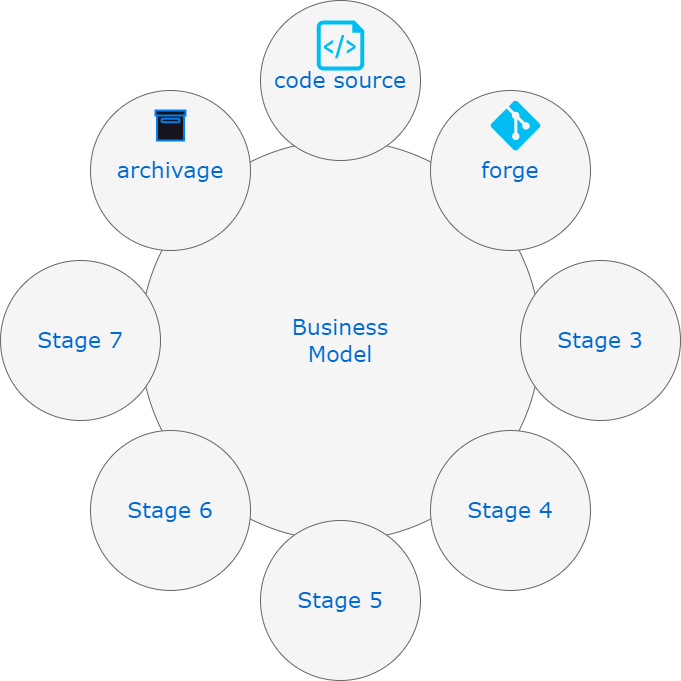
This is source_code_lifecycle.png from damienbelveze/draw_diagramme, a draw.io export, as it was before one commit. Source tidied: cells renumbered, new cells last; positions are measured from the earlier drawing's top-left corner, leaving out a move shared by most shapes. The source it was exported from:
```xml
<mxGraphModel>
  <root>
    <mxCell id="0" />
    <mxCell id="1" parent="0" />
    <mxCell id="2" value="Business&lt;div&gt;Model&lt;/div&gt;" style="ellipse;whiteSpace=wrap;html=1;rounded=0;shadow=0;dashed=0;comic=0;fontFamily=Verdana;fontSize=22;fontColor=#0069D1;fillColor=#f5f5f5;strokeColor=#666666;" parent="1" vertex="1">
      <mxGeometry x="140" y="140" width="400" height="400" as="geometry" />
    </mxCell>
    <mxCell id="3" value="code source" style="ellipse;whiteSpace=wrap;html=1;rounded=0;shadow=0;dashed=0;comic=0;fontFamily=Verdana;fontSize=22;fontColor=#0069D1;fillColor=#f5f5f5;strokeColor=#666666;" parent="1" vertex="1">
      <mxGeometry x="260" width="160" height="160" as="geometry" />
    </mxCell>
    <mxCell id="4" value="Stage 5" style="ellipse;whiteSpace=wrap;html=1;rounded=0;shadow=0;dashed=0;comic=0;fontFamily=Verdana;fontSize=22;fontColor=#0069D1;fillColor=#f5f5f5;strokeColor=#666666;" parent="1" vertex="1">
      <mxGeometry x="260" y="520" width="160" height="160" as="geometry" />
    </mxCell>
    <mxCell id="5" value="Stage 3" style="ellipse;whiteSpace=wrap;html=1;rounded=0;shadow=0;dashed=0;comic=0;fontFamily=Verdana;fontSize=22;fontColor=#0069D1;fillColor=#f5f5f5;strokeColor=#666666;" parent="1" vertex="1">
      <mxGeometry x="520" y="260" width="160" height="160" as="geometry" />
    </mxCell>
    <mxCell id="6" value="Stage 7" style="ellipse;whiteSpace=wrap;html=1;rounded=0;shadow=0;dashed=0;comic=0;fontFamily=Verdana;fontSize=22;fontColor=#0069D1;fillColor=#f5f5f5;strokeColor=#666666;" parent="1" vertex="1">
      <mxGeometry y="260" width="160" height="160" as="geometry" />
    </mxCell>
    <mxCell id="7" value="archivage" style="ellipse;whiteSpace=wrap;html=1;rounded=0;shadow=0;dashed=0;comic=0;fontFamily=Verdana;fontSize=22;fontColor=#0069D1;fillColor=#f5f5f5;strokeColor=#666666;" parent="1" vertex="1">
      <mxGeometry x="90" y="90" width="160" height="160" as="geometry" />
    </mxCell>
    <mxCell id="8" value="forge" style="ellipse;whiteSpace=wrap;html=1;rounded=0;shadow=0;dashed=0;comic=0;fontFamily=Verdana;fontSize=22;fontColor=#0069D1;fillColor=#f5f5f5;strokeColor=#666666;" parent="1" vertex="1">
      <mxGeometry x="430" y="90" width="160" height="160" as="geometry" />
    </mxCell>
    <mxCell id="9" value="Stage 4" style="ellipse;whiteSpace=wrap;html=1;rounded=0;shadow=0;dashed=0;comic=0;fontFamily=Verdana;fontSize=22;fontColor=#0069D1;fillColor=#f5f5f5;strokeColor=#666666;" parent="1" vertex="1">
      <mxGeometry x="430" y="430" width="160" height="160" as="geometry" />
    </mxCell>
    <mxCell id="10" value="Stage 6" style="ellipse;whiteSpace=wrap;html=1;rounded=0;shadow=0;dashed=0;comic=0;fontFamily=Verdana;fontSize=22;fontColor=#0069D1;fillColor=#f5f5f5;strokeColor=#666666;" parent="1" vertex="1">
      <mxGeometry x="90" y="430" width="160" height="160" as="geometry" />
    </mxCell>
    <mxCell id="11" style="html=1;verticalLabelPosition=bottom;align=center;labelBackgroundColor=#ffffff;verticalAlign=top;strokeWidth=2;strokeColor=#0080F0;shadow=0;dashed=0;shape=mxgraph.ios7.icons.box;" parent="1" vertex="1">
      <mxGeometry x="155" y="110" width="30" height="30" as="geometry" />
    </mxCell>
    <mxCell id="12" style="verticalLabelPosition=bottom;html=1;verticalAlign=top;align=center;strokeColor=none;fillColor=#00BEF2;shape=mxgraph.azure.script_file;" parent="1" vertex="1">
      <mxGeometry x="316.2" y="20" width="47.5" height="50" as="geometry" />
    </mxCell>
    <mxCell id="13" style="verticalLabelPosition=bottom;html=1;verticalAlign=top;align=center;strokeColor=none;fillColor=#00BEF2;shape=mxgraph.azure.git_repository;" parent="1" vertex="1">
      <mxGeometry x="490" y="100" width="50" height="50" as="geometry" />
    </mxCell>
  </root>
</mxGraphModel>
```
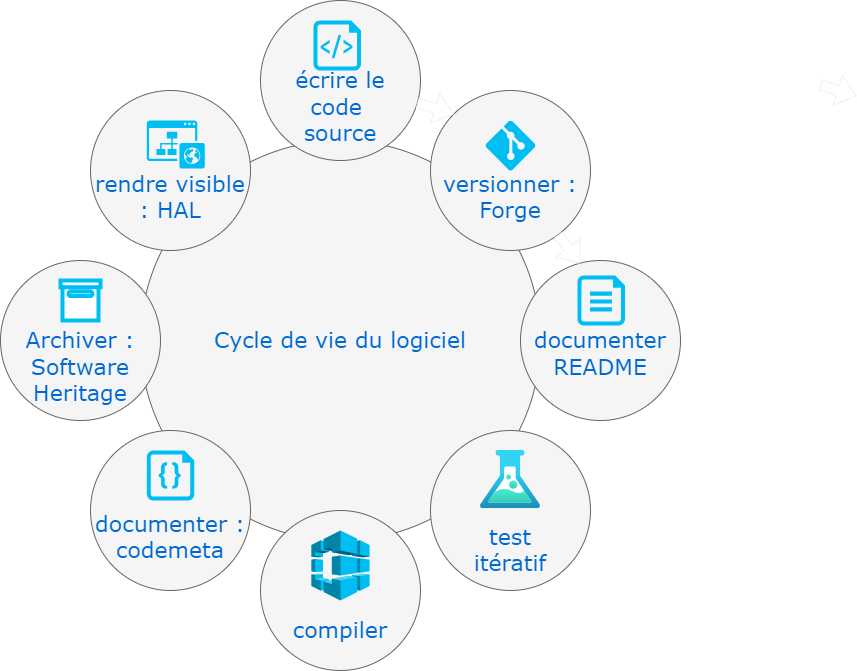
After the commit.

Commit message:
ajout de tous les logos

Diff of the diagram source:
```diff
@@ -2,41 +2,68 @@
   <root>
     <mxCell id="0" />
     <mxCell id="1" parent="0" />
-    <mxCell id="2" value="Business&lt;div&gt;Model&lt;/div&gt;" style="ellipse;whiteSpace=wrap;html=1;rounded=0;shadow=0;dashed=0;comic=0;fontFamily=Verdana;fontSize=22;fontColor=#0069D1;fillColor=#f5f5f5;strokeColor=#666666;" parent="1" vertex="1">
+    <mxCell id="2" value="Cycle de vie du logiciel" style="ellipse;whiteSpace=wrap;html=1;rounded=0;shadow=0;dashed=0;comic=0;fontFamily=Verdana;fontSize=22;fontColor=#0069D1;fillColor=#f5f5f5;strokeColor=#666666;" parent="1" vertex="1">
       <mxGeometry x="140" y="140" width="400" height="400" as="geometry" />
     </mxCell>
-    <mxCell id="3" value="code source" style="ellipse;whiteSpace=wrap;html=1;rounded=0;shadow=0;dashed=0;comic=0;fontFamily=Verdana;fontSize=22;fontColor=#0069D1;fillColor=#f5f5f5;strokeColor=#666666;" parent="1" vertex="1">
+    <mxCell id="3" value="&lt;div&gt;&lt;br&gt;&lt;/div&gt;&lt;div&gt;&lt;br&gt;&lt;/div&gt;&lt;div&gt;écrire le&lt;/div&gt;code&amp;nbsp;&lt;div&gt;source&lt;/div&gt;" style="ellipse;whiteSpace=wrap;html=1;rounded=0;shadow=0;dashed=0;comic=0;fontFamily=Verdana;fontSize=22;fontColor=#0069D1;fillColor=#f5f5f5;strokeColor=#666666;" parent="1" vertex="1">
       <mxGeometry x="260" width="160" height="160" as="geometry" />
     </mxCell>
-    <mxCell id="4" value="Stage 5" style="ellipse;whiteSpace=wrap;html=1;rounded=0;shadow=0;dashed=0;comic=0;fontFamily=Verdana;fontSize=22;fontColor=#0069D1;fillColor=#f5f5f5;strokeColor=#666666;" parent="1" vertex="1">
-      <mxGeometry x="260" y="520" width="160" height="160" as="geometry" />
+    <mxCell id="4" value="&lt;div&gt;&lt;br&gt;&lt;/div&gt;&lt;div&gt;&lt;br&gt;&lt;/div&gt;&lt;div&gt;&lt;br&gt;&lt;/div&gt;compiler" style="ellipse;whiteSpace=wrap;html=1;rounded=0;shadow=0;dashed=0;comic=0;fontFamily=Verdana;fontSize=22;fontColor=#0069D1;fillColor=#f5f5f5;strokeColor=#666666;" parent="1" vertex="1">
+      <mxGeometry x="260" y="510" width="160" height="160" as="geometry" />
     </mxCell>
-    <mxCell id="5" value="Stage 3" style="ellipse;whiteSpace=wrap;html=1;rounded=0;shadow=0;dashed=0;comic=0;fontFamily=Verdana;fontSize=22;fontColor=#0069D1;fillColor=#f5f5f5;strokeColor=#666666;" parent="1" vertex="1">
+    <mxCell id="5" value="&lt;div&gt;&lt;br&gt;&lt;/div&gt;&lt;div&gt;documenter&lt;/div&gt;README" style="ellipse;whiteSpace=wrap;html=1;rounded=0;shadow=0;dashed=0;comic=0;fontFamily=Verdana;fontSize=22;fontColor=#0069D1;fillColor=#f5f5f5;strokeColor=#666666;" parent="1" vertex="1">
       <mxGeometry x="520" y="260" width="160" height="160" as="geometry" />
     </mxCell>
-    <mxCell id="6" value="Stage 7" style="ellipse;whiteSpace=wrap;html=1;rounded=0;shadow=0;dashed=0;comic=0;fontFamily=Verdana;fontSize=22;fontColor=#0069D1;fillColor=#f5f5f5;strokeColor=#666666;" parent="1" vertex="1">
+    <mxCell id="6" value="&lt;div&gt;&lt;br&gt;&lt;/div&gt;&lt;div&gt;&lt;br&gt;&lt;/div&gt;Archiver : Software&lt;div&gt;Heritage&lt;/div&gt;" style="ellipse;whiteSpace=wrap;html=1;rounded=0;shadow=0;dashed=0;comic=0;fontFamily=Verdana;fontSize=22;fontColor=#0069D1;fillColor=#f5f5f5;strokeColor=#666666;" parent="1" vertex="1">
       <mxGeometry y="260" width="160" height="160" as="geometry" />
     </mxCell>
-    <mxCell id="7" value="archivage" style="ellipse;whiteSpace=wrap;html=1;rounded=0;shadow=0;dashed=0;comic=0;fontFamily=Verdana;fontSize=22;fontColor=#0069D1;fillColor=#f5f5f5;strokeColor=#666666;" parent="1" vertex="1">
+    <mxCell id="7" value="&lt;div&gt;&lt;br&gt;&lt;/div&gt;&lt;div&gt;&lt;br&gt;&lt;/div&gt;rendre visible : HAL" style="ellipse;whiteSpace=wrap;html=1;rounded=0;shadow=0;dashed=0;comic=0;fontFamily=Verdana;fontSize=22;fontColor=#0069D1;fillColor=#f5f5f5;strokeColor=#666666;" parent="1" vertex="1">
       <mxGeometry x="90" y="90" width="160" height="160" as="geometry" />
     </mxCell>
-    <mxCell id="8" value="forge" style="ellipse;whiteSpace=wrap;html=1;rounded=0;shadow=0;dashed=0;comic=0;fontFamily=Verdana;fontSize=22;fontColor=#0069D1;fillColor=#f5f5f5;strokeColor=#666666;" parent="1" vertex="1">
+    <mxCell id="8" value="&lt;div&gt;&lt;/div&gt;&lt;div&gt;&lt;br&gt;&lt;/div&gt;&lt;div&gt;&lt;br&gt;&lt;/div&gt;&lt;div&gt;versionner :&lt;/div&gt;&lt;div&gt;Forge&lt;/div&gt;" style="ellipse;whiteSpace=wrap;html=1;rounded=0;shadow=0;dashed=0;comic=0;fontFamily=Verdana;fontSize=22;fontColor=#0069D1;fillColor=#f5f5f5;strokeColor=#666666;" parent="1" vertex="1">
       <mxGeometry x="430" y="90" width="160" height="160" as="geometry" />
     </mxCell>
-    <mxCell id="9" value="Stage 4" style="ellipse;whiteSpace=wrap;html=1;rounded=0;shadow=0;dashed=0;comic=0;fontFamily=Verdana;fontSize=22;fontColor=#0069D1;fillColor=#f5f5f5;strokeColor=#666666;" parent="1" vertex="1">
+    <mxCell id="9" value="&lt;div&gt;&lt;br&gt;&lt;/div&gt;&lt;div&gt;&lt;br&gt;&lt;/div&gt;&lt;div&gt;&lt;br&gt;&lt;/div&gt;&lt;div&gt;test&lt;/div&gt;&lt;div&gt;itératif&lt;/div&gt;" style="ellipse;whiteSpace=wrap;html=1;rounded=0;shadow=0;dashed=0;comic=0;fontFamily=Verdana;fontSize=22;fontColor=#0069D1;fillColor=#f5f5f5;strokeColor=#666666;" parent="1" vertex="1">
       <mxGeometry x="430" y="430" width="160" height="160" as="geometry" />
     </mxCell>
-    <mxCell id="10" value="Stage 6" style="ellipse;whiteSpace=wrap;html=1;rounded=0;shadow=0;dashed=0;comic=0;fontFamily=Verdana;fontSize=22;fontColor=#0069D1;fillColor=#f5f5f5;strokeColor=#666666;" parent="1" vertex="1">
+    <mxCell id="10" value="&lt;div&gt;&lt;br&gt;&lt;/div&gt;&lt;div&gt;&lt;br&gt;&lt;/div&gt;documenter : codemeta" style="ellipse;whiteSpace=wrap;html=1;rounded=0;shadow=0;dashed=0;comic=0;fontFamily=Verdana;fontSize=22;fontColor=#0069D1;fillColor=#f5f5f5;strokeColor=#666666;" parent="1" vertex="1">
       <mxGeometry x="90" y="430" width="160" height="160" as="geometry" />
     </mxCell>
-    <mxCell id="11" style="html=1;verticalLabelPosition=bottom;align=center;labelBackgroundColor=#ffffff;verticalAlign=top;strokeWidth=2;strokeColor=#0080F0;shadow=0;dashed=0;shape=mxgraph.ios7.icons.box;" parent="1" vertex="1">
-      <mxGeometry x="155" y="110" width="30" height="30" as="geometry" />
+    <mxCell id="11" style="html=1;verticalLabelPosition=bottom;align=center;labelBackgroundColor=#ffffff;verticalAlign=top;strokeWidth=4;strokeColor=#00bef2;shadow=0;dashed=0;shape=mxgraph.ios7.icons.box;fillColor=#ffffff;" parent="1" vertex="1">
+      <mxGeometry x="60" y="280" width="40" height="40" as="geometry" />
     </mxCell>
     <mxCell id="12" style="verticalLabelPosition=bottom;html=1;verticalAlign=top;align=center;strokeColor=none;fillColor=#00BEF2;shape=mxgraph.azure.script_file;" parent="1" vertex="1">
-      <mxGeometry x="316.2" y="20" width="47.5" height="50" as="geometry" />
+      <mxGeometry x="313" y="20" width="47.5" height="50" as="geometry" />
     </mxCell>
     <mxCell id="13" style="verticalLabelPosition=bottom;html=1;verticalAlign=top;align=center;strokeColor=none;fillColor=#00BEF2;shape=mxgraph.azure.git_repository;" parent="1" vertex="1">
-      <mxGeometry x="490" y="100" width="50" height="50" as="geometry" />
+      <mxGeometry x="485" y="120" width="50" height="50" as="geometry" />
     </mxCell>
+    <mxCell id="14" style="shape=flexArrow;endArrow=classic;html=1;rounded=0;entryX=0;entryY=0;entryDx=0;entryDy=0;" parent="1" edge="1" source="3" target="8">
+      <mxGeometry relative="1" as="geometry" />
+    </mxCell>
+    <mxCell id="15" style="shape=flexArrow;endArrow=classic;html=1;rounded=0;entryX=0.369;entryY=0.019;entryDx=0;entryDy=0;entryPerimeter=0;" parent="1" edge="1" source="8" target="5">
+      <mxGeometry relative="1" as="geometry" />
+    </mxCell>
+    <mxCell id="16" style="shape=flexArrow;endArrow=classic;html=1;rounded=0;entryX=0;entryY=0;entryDx=0;entryDy=0;" parent="1" edge="1">
+      <mxGeometry relative="1" as="geometry">
+        <mxPoint x="820" y="84.5" as="sourcePoint" />
+        <mxPoint x="856" y="95.5" as="targetPoint" />
+      </mxGeometry>
+    </mxCell>
+    <mxCell id="17" style="verticalLabelPosition=bottom;html=1;verticalAlign=top;align=center;strokeColor=none;fillColor=#00BEF2;shape=mxgraph.azure.code_file;" parent="1" vertex="1">
+      <mxGeometry x="146.2" y="450" width="47.5" height="50" as="geometry" />
+    </mxCell>
+    <mxCell id="18" style="dashed=0;verticalLabelPosition=bottom;verticalAlign=top;align=center;html=1;shape=mxgraph.aws3.codebuild;fillColor=#00bef2;strokeColor=#006EAF;fontColor=#ffffff;" parent="1" vertex="1">
+      <mxGeometry x="310.9" y="530" width="58.2" height="70" as="geometry" />
+    </mxCell>
+    <mxCell id="19" style="sketch=0;shadow=0;dashed=0;html=1;strokeColor=none;fillColor=#00BEF2;labelPosition=center;verticalLabelPosition=bottom;verticalAlign=top;align=center;shape=mxgraph.office.sites.website_public;" parent="1" vertex="1">
+      <mxGeometry x="146.2" y="120" width="58" height="48" as="geometry" />
+    </mxCell>
+    <mxCell id="20" style="image;html=1;align=center;fontSize=12;image=img/lib/azure2/general/Load_Test.svg;imageBackground=none;" parent="1" vertex="1">
+      <mxGeometry x="480" y="450" width="60" height="58.2" as="geometry" />
+    </mxCell>
+    <mxCell id="21" style="verticalLabelPosition=bottom;html=1;verticalAlign=top;align=center;strokeColor=none;fillColor=#00BEF2;shape=mxgraph.azure.file;" parent="1" vertex="1">
+      <mxGeometry x="577" y="275" width="47.5" height="50" as="geometry" />
+    </mxCell>
   </root>
 </mxGraphModel>
```
